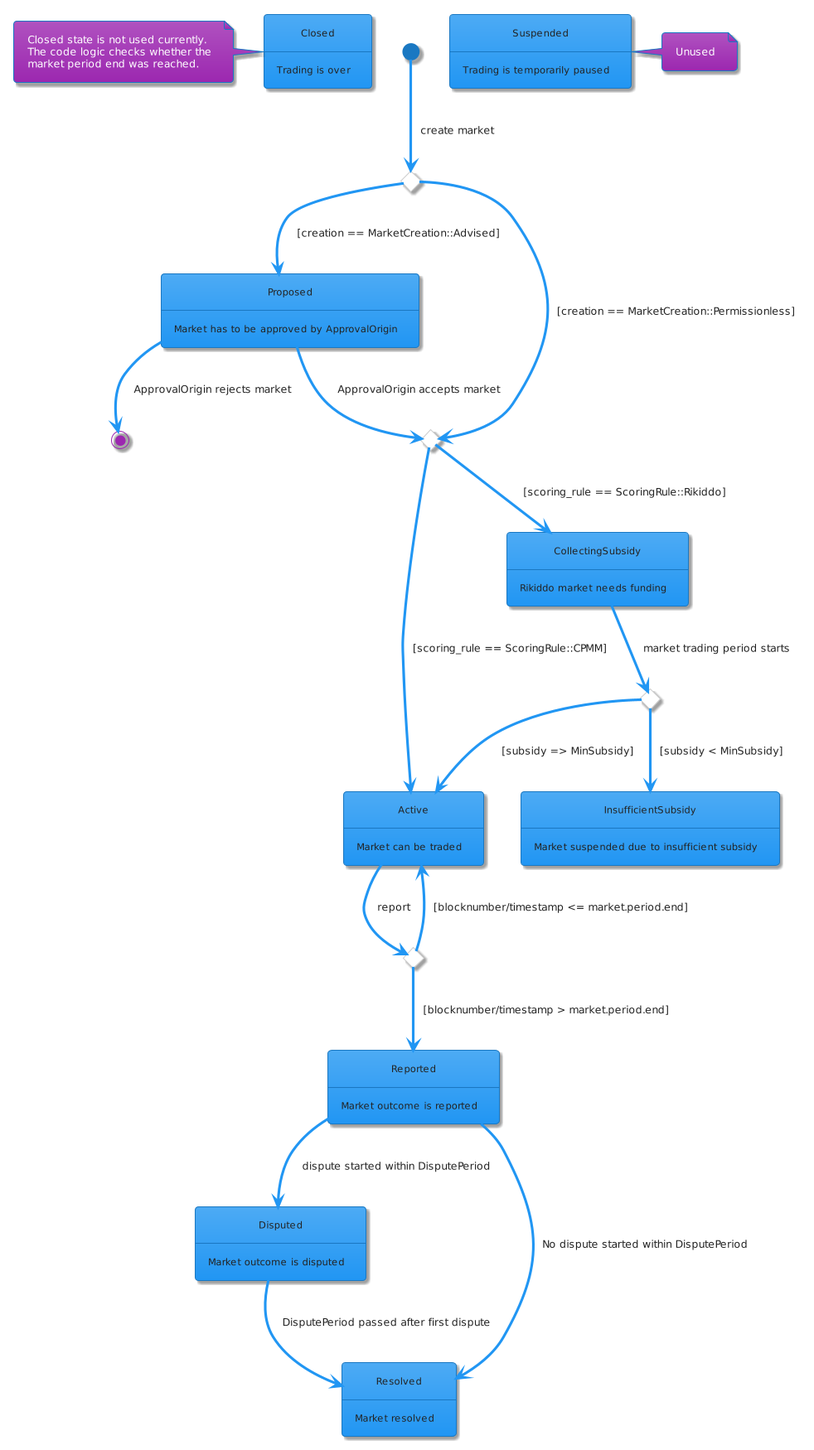
The PlantUML diagram docs/diagrams/png/market_state_diagram.png in zeitgeistpm/zeitgeist, before a commit. Its diagram source:
```plantuml
@startuml
!theme materia

state Active : Market can be traded
state Closed : Trading is over
note left of Closed
  Closed state is not used currently.
  The code logic checks whether the
  market period end was reached.
end note
state CollectingSubsidy : Rikiddo market needs funding
state Disputed: Market outcome is disputed
state InsufficientSubsidy : Market suspended due to insufficient subsidy
state Proposed : Market has to be approved by ApprovalOrigin
state Reported : Market outcome is reported
state Resolved : Market resolved
state Suspended : Trading is temporarily paused
note right of Suspended
  Unused
end note

[*] -[hidden]> Suspended

state cpmm_or_rikiddo <<choice>>
state advised_or_proposed_cpmm <<choice>>
state enough_subsidy <<choice>>
state is_period_over <<choice>>

[*] --> advised_or_proposed_cpmm : create market
advised_or_proposed_cpmm --> cpmm_or_rikiddo : [creation == MarketCreation::Permissionless]
advised_or_proposed_cpmm --> Proposed : [creation == MarketCreation::Advised]

cpmm_or_rikiddo --> Active : [scoring_rule == ScoringRule::CPMM]
cpmm_or_rikiddo --> CollectingSubsidy : [scoring_rule == ScoringRule::Rikiddo]

Proposed --> cpmm_or_rikiddo : ApprovalOrigin accepts market
Proposed --> [*] : ApprovalOrigin rejects market

CollectingSubsidy --> enough_subsidy : market trading period starts
enough_subsidy --> Active : [subsidy => MinSubsidy]
enough_subsidy --> InsufficientSubsidy : [subsidy < MinSubsidy]

Active --> is_period_over : report
is_period_over --> Reported : [blocknumber/timestamp > market.period.end]
is_period_over --> Active : [blocknumber/timestamp <= market.period.end]

Reported --> Disputed : dispute started within DisputePeriod
Reported --> Resolved : No dispute started within DisputePeriod

Disputed --> Resolved : DisputePeriod passed after first dispute
@enduml
```
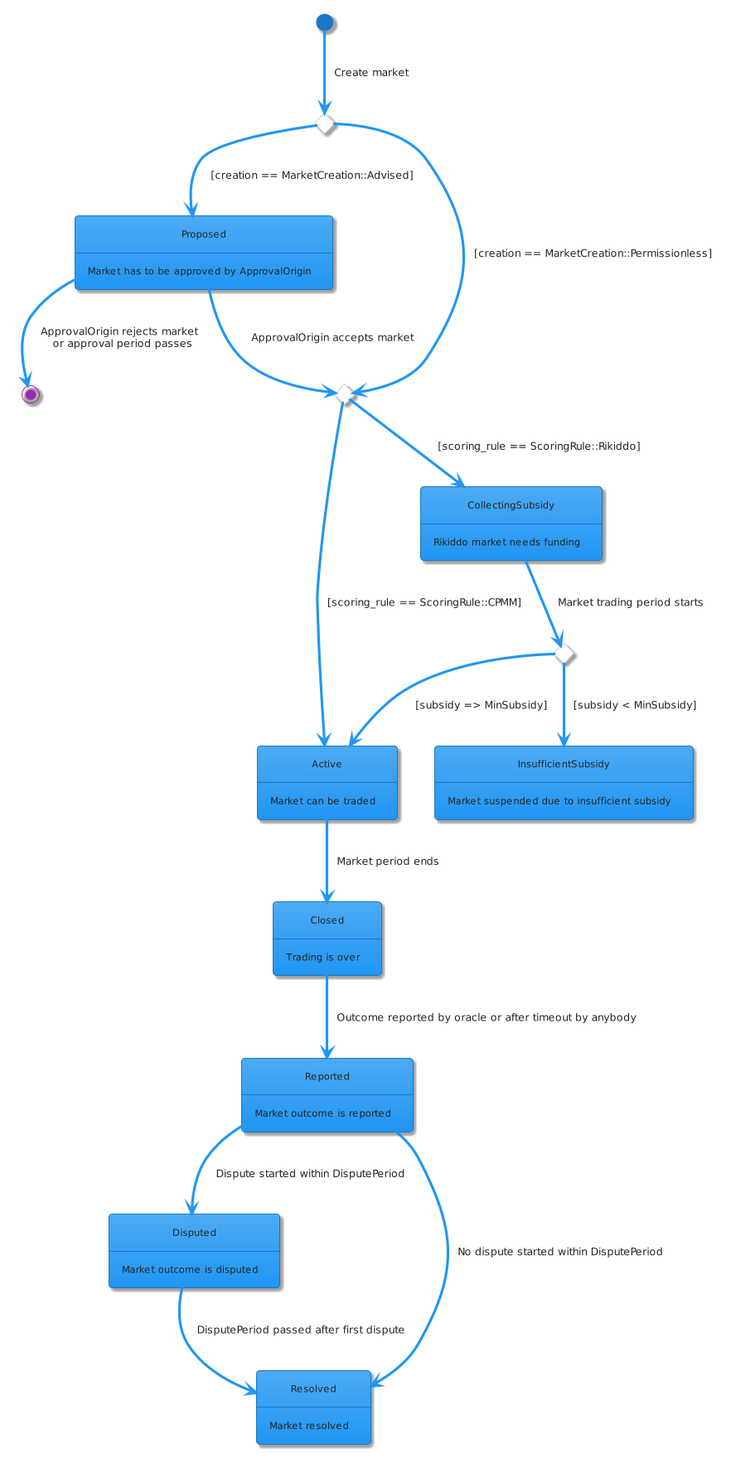
Later version of the same file.

What changed in the source:
```diff
@@ -3,30 +3,18 @@
 
 state Active : Market can be traded
 state Closed : Trading is over
-note left of Closed
-  Closed state is not used currently.
-  The code logic checks whether the
-  market period end was reached.
-end note
 state CollectingSubsidy : Rikiddo market needs funding
 state Disputed: Market outcome is disputed
 state InsufficientSubsidy : Market suspended due to insufficient subsidy
 state Proposed : Market has to be approved by ApprovalOrigin
 state Reported : Market outcome is reported
 state Resolved : Market resolved
-state Suspended : Trading is temporarily paused
-note right of Suspended
-  Unused
-end note
-
-[*] -[hidden]> Suspended
 
 state cpmm_or_rikiddo <<choice>>
 state advised_or_proposed_cpmm <<choice>>
 state enough_subsidy <<choice>>
-state is_period_over <<choice>>
 
-[*] --> advised_or_proposed_cpmm : create market
+[*] --> advised_or_proposed_cpmm : Create market
 advised_or_proposed_cpmm --> cpmm_or_rikiddo : [creation == MarketCreation::Permissionless]
 advised_or_proposed_cpmm --> Proposed : [creation == MarketCreation::Advised]
 
@@ -34,17 +22,16 @@
 cpmm_or_rikiddo --> CollectingSubsidy : [scoring_rule == ScoringRule::Rikiddo]
 
 Proposed --> cpmm_or_rikiddo : ApprovalOrigin accepts market
-Proposed --> [*] : ApprovalOrigin rejects market
+Proposed --> [*] : ApprovalOrigin rejects market \n or approval period passes
 
-CollectingSubsidy --> enough_subsidy : market trading period starts
+CollectingSubsidy --> enough_subsidy : Market trading period starts
 enough_subsidy --> Active : [subsidy => MinSubsidy]
 enough_subsidy --> InsufficientSubsidy : [subsidy < MinSubsidy]
 
-Active --> is_period_over : report
-is_period_over --> Reported : [blocknumber/timestamp > market.period.end]
-is_period_over --> Active : [blocknumber/timestamp <= market.period.end]
+Active --> Closed: Market period ends
+Closed --> Reported : Outcome reported by oracle or after timeout by anybody
 
-Reported --> Disputed : dispute started within DisputePeriod
+Reported --> Disputed : Dispute started within DisputePeriod
 Reported --> Resolved : No dispute started within DisputePeriod
 
 Disputed --> Resolved : DisputePeriod passed after first dispute
```
